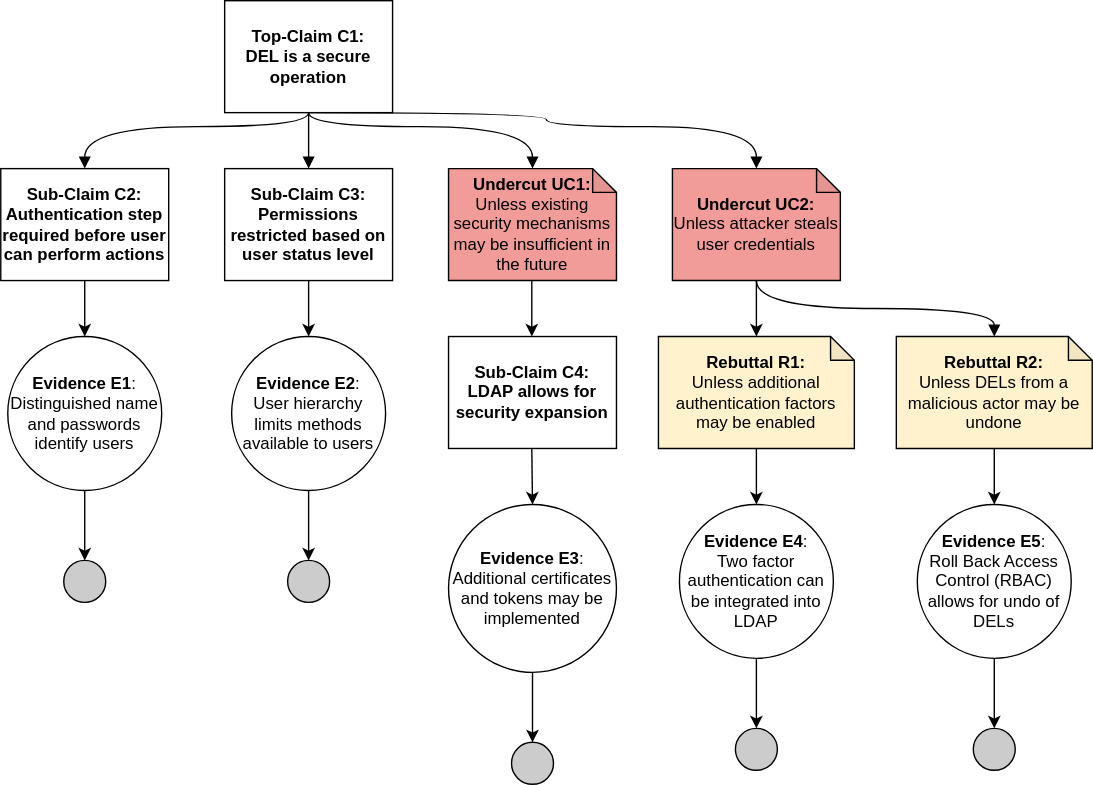
Above: images/DEL assurance case.drawio.svg in bartelsjoshuac/SAPG (draw.io), before the change. Source tidied: cells renumbered, new cells last; positions are measured from the earlier drawing's top-left corner, leaving out a move shared by most shapes.
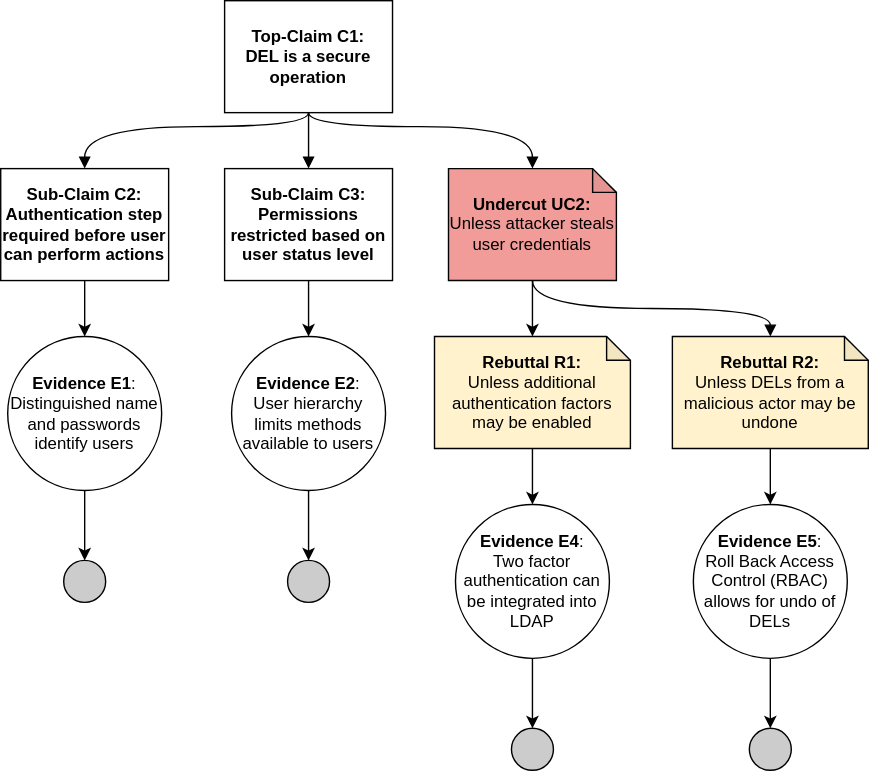
Later version of the same file.

What changed in the source:
```diff
@@ -14,10 +14,10 @@
       <mxGeometry x="160" width="120" height="80" as="geometry" />
     </mxCell>
     <mxCell id="4" value="&lt;b&gt;Rebuttal R1:&lt;/b&gt;&lt;br&gt;Unless additional authentication factors may be enabled" style="shape=note;whiteSpace=wrap;html=1;backgroundOutline=1;darkOpacity=0.05;size=17;fillColor=#FFF2CC;" parent="1" vertex="1">
-      <mxGeometry x="470" y="240" width="140" height="80" as="geometry" />
+      <mxGeometry x="310" y="240" width="140" height="80" as="geometry" />
     </mxCell>
     <mxCell id="5" value="&lt;b&gt;Undercut UC2:&lt;/b&gt;&lt;br&gt;Unless attacker steals user credentials" style="shape=note;whiteSpace=wrap;html=1;backgroundOutline=1;darkOpacity=0.05;size=17;fillColor=#F19C99;" parent="1" vertex="1">
-      <mxGeometry x="480" y="120" width="120" height="80" as="geometry" />
+      <mxGeometry x="320" y="120" width="120" height="80" as="geometry" />
     </mxCell>
     <mxCell id="6" value="&lt;b&gt;Sub-Claim C2:&lt;br&gt;Authentication step required before user can perform actions&lt;br&gt;&lt;/b&gt;" style="rounded=0;whiteSpace=wrap;html=1;" parent="1" vertex="1">
       <mxGeometry y="120" width="120" height="80" as="geometry" />
@@ -38,7 +38,7 @@
       <mxGeometry relative="1" as="geometry" />
     </mxCell>
     <mxCell id="12" value="&lt;b&gt;Evidence E5&lt;/b&gt;:&lt;br&gt;Roll Back Access Control (RBAC) allows for undo of DELs" style="ellipse;whiteSpace=wrap;html=1;fillColor=#ffffff;rounded=0;" parent="1" vertex="1">
-      <mxGeometry x="655" y="360" width="110" height="110" as="geometry" />
+      <mxGeometry x="495" y="360" width="110" height="110" as="geometry" />
     </mxCell>
     <mxCell id="13" value="&lt;b&gt;Sub-Claim C3:&lt;br&gt;Permissions restricted based on user status level&lt;br&gt;&lt;/b&gt;" style="rounded=0;whiteSpace=wrap;html=1;" parent="1" vertex="1">
       <mxGeometry x="160" y="120" width="120" height="80" as="geometry" />
@@ -54,28 +54,18 @@
     </mxCell>
     <mxCell id="17" style="endArrow=classic;html=1;rounded=0;exitX=0.5;exitY=1;exitDx=0;exitDy=0;exitPerimeter=0;entryX=0.5;entryY=0;entryDx=0;entryDy=0;" parent="1" edge="1" source="4">
       <mxGeometry relative="1" as="geometry">
-        <mxPoint x="540" y="360" as="targetPoint" />
+        <mxPoint x="380" y="360" as="targetPoint" />
       </mxGeometry>
     </mxCell>
     <mxCell id="18" value="&lt;b&gt;Evidence E4&lt;/b&gt;:&lt;br&gt;Two factor authentication can be integrated into LDAP" style="ellipse;whiteSpace=wrap;html=1;fillColor=#ffffff;rounded=0;" parent="1" vertex="1">
-      <mxGeometry x="485" y="360" width="110" height="110" as="geometry" />
+      <mxGeometry x="325" y="360" width="110" height="110" as="geometry" />
     </mxCell>
     <mxCell id="19" value="&lt;b&gt;Rebuttal R2:&lt;/b&gt;&lt;br&gt;Unless DELs from a malicious actor may be undone" style="shape=note;whiteSpace=wrap;html=1;backgroundOutline=1;darkOpacity=0.05;size=17;fillColor=#FFF2CC;" parent="1" vertex="1">
-      <mxGeometry x="640" y="240" width="140" height="80" as="geometry" />
+      <mxGeometry x="480" y="240" width="140" height="80" as="geometry" />
     </mxCell>
     <mxCell id="20" style="endArrow=classic;html=1;rounded=0;exitX=0.5;exitY=1;exitDx=0;exitDy=0;exitPerimeter=0;entryX=0.5;entryY=0;entryDx=0;entryDy=0;" parent="1" edge="1" source="19" target="12">
       <mxGeometry relative="1" as="geometry" />
     </mxCell>
-    <mxCell id="21" style="edgeStyle=orthogonalEdgeStyle;rounded=0;jettySize=auto;html=1;endArrow=block;endFill=1;curved=1;entryX=0.5;entryY=0;entryDx=0;entryDy=0;exitX=0.5;exitY=1;exitDx=0;exitDy=0;entryPerimeter=0;" parent="1" edge="1" source="3">
-      <mxGeometry relative="1" as="geometry">
-        <mxPoint x="540" y="120" as="targetPoint" />
-        <Array as="points">
-          <mxPoint x="390" y="80" />
-          <mxPoint x="390" y="90" />
-          <mxPoint x="540" y="90" />
-        </Array>
-      </mxGeometry>
-    </mxCell>
     <mxCell id="22" style="edgeStyle=orthogonalEdgeStyle;rounded=0;jettySize=auto;html=1;endArrow=block;endFill=1;curved=1;entryX=0.5;entryY=0;entryDx=0;entryDy=0;exitX=0.5;exitY=1;exitDx=0;exitDy=0;entryPerimeter=0;exitPerimeter=0;" parent="1" edge="1" source="5" target="19">
       <mxGeometry relative="1" as="geometry" />
     </mxCell>
@@ -88,30 +78,21 @@
       </mxGeometry>
     </mxCell>
     <mxCell id="25" style="ellipse;whiteSpace=wrap;html=1;fillColor=#CCCCCC;" parent="1" vertex="1">
-      <mxGeometry x="525" y="520" width="30" height="30" as="geometry" />
+      <mxGeometry x="365" y="520" width="30" height="30" as="geometry" />
     </mxCell>
     <mxCell id="26" style="endArrow=classic;html=1;rounded=0;entryX=0.5;entryY=0;entryDx=0;entryDy=0;exitX=0.5;exitY=1;exitDx=0;exitDy=0;" parent="1" edge="1" target="25">
       <mxGeometry relative="1" as="geometry">
-        <mxPoint x="540" y="470" as="sourcePoint" />
+        <mxPoint x="380" y="470" as="sourcePoint" />
       </mxGeometry>
     </mxCell>
     <mxCell id="27" style="ellipse;whiteSpace=wrap;html=1;fillColor=#CCCCCC;" parent="1" vertex="1">
-      <mxGeometry x="695" y="520" width="30" height="30" as="geometry" />
+      <mxGeometry x="535" y="520" width="30" height="30" as="geometry" />
     </mxCell>
     <mxCell id="28" style="endArrow=classic;html=1;rounded=0;entryX=0.5;entryY=0;entryDx=0;entryDy=0;exitX=0.5;exitY=1;exitDx=0;exitDy=0;" parent="1" edge="1" target="27">
       <mxGeometry relative="1" as="geometry">
-        <mxPoint x="710" y="470" as="sourcePoint" />
+        <mxPoint x="550" y="470" as="sourcePoint" />
       </mxGeometry>
     </mxCell>
-    <mxCell id="29" value="&lt;b&gt;Sub-Claim C4:&lt;br&gt;LDAP allows for security expansion&lt;br&gt;&lt;/b&gt;" style="rounded=0;whiteSpace=wrap;html=1;" parent="1" vertex="1">
-      <mxGeometry x="320" y="240" width="120" height="80" as="geometry" />
-    </mxCell>
-    <mxCell id="30" value="&lt;b&gt;Evidence E3&lt;/b&gt;:&lt;br&gt;Additional certificates and tokens may be implemented" style="ellipse;whiteSpace=wrap;html=1;" parent="1" vertex="1">
-      <mxGeometry x="320" y="360" width="120" height="120" as="geometry" />
-    </mxCell>
-    <mxCell id="31" value="&lt;b&gt;Undercut UC1:&lt;/b&gt;&lt;br&gt;Unless existing security mechanisms may be insufficient in the future" style="shape=note;whiteSpace=wrap;html=1;backgroundOutline=1;darkOpacity=0.05;size=17;fillColor=#F19C99;" parent="1" vertex="1">
-      <mxGeometry x="320" y="120" width="120" height="80" as="geometry" />
-    </mxCell>
     <mxCell id="32" style="edgeStyle=orthogonalEdgeStyle;rounded=0;orthogonalLoop=1;jettySize=auto;html=1;endArrow=block;endFill=1;curved=1;entryX=0.5;entryY=0;entryDx=0;entryDy=0;exitX=0.5;exitY=1;exitDx=0;exitDy=0;entryPerimeter=0;" parent="1" edge="1">
       <mxGeometry relative="1" as="geometry">
         <mxPoint x="220" y="80" as="sourcePoint" />
@@ -122,24 +103,5 @@
         </Array>
       </mxGeometry>
     </mxCell>
-    <mxCell id="33" style="endArrow=classic;html=1;rounded=0;exitX=0.5;exitY=1;exitDx=0;exitDy=0;entryX=0.5;entryY=0;entryDx=0;entryDy=0;" parent="1" edge="1">
-      <mxGeometry relative="1" as="geometry">
-        <mxPoint x="379.5" y="200" as="sourcePoint" />
-        <mxPoint x="379.5" y="240" as="targetPoint" />
-      </mxGeometry>
-    </mxCell>
-    <mxCell id="34" style="ellipse;whiteSpace=wrap;html=1;fillColor=#CCCCCC;" parent="1" vertex="1">
-      <mxGeometry x="365" y="530" width="30" height="30" as="geometry" />
-    </mxCell>
-    <mxCell id="35" style="endArrow=classic;html=1;rounded=0;entryX=0.5;entryY=0;entryDx=0;entryDy=0;exitX=0.5;exitY=1;exitDx=0;exitDy=0;" parent="1" edge="1" target="34">
-      <mxGeometry relative="1" as="geometry">
-        <mxPoint x="380" y="480" as="sourcePoint" />
-      </mxGeometry>
-    </mxCell>
-    <mxCell id="36" style="endArrow=classic;html=1;rounded=0;exitX=0.5;exitY=1;exitDx=0;exitDy=0;entryX=0.5;entryY=0;entryDx=0;entryDy=0;" parent="1" edge="1" target="30">
-      <mxGeometry relative="1" as="geometry">
-        <mxPoint x="379.5" y="320" as="sourcePoint" />
-      </mxGeometry>
-    </mxCell>
   </root>
 </mxGraphModel>
```
